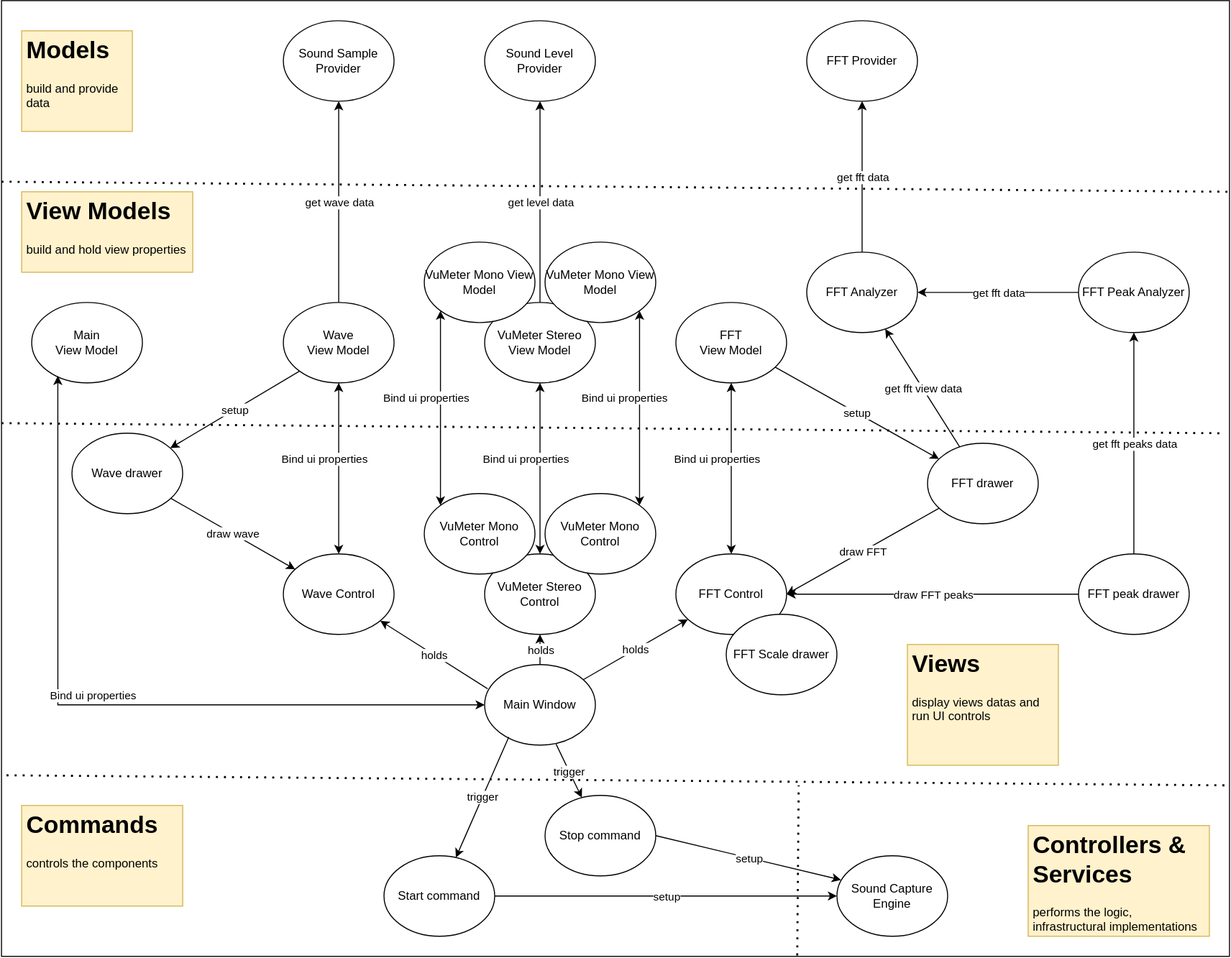
This is Doc/components1.drawio.svg from franck-gaspoz/WindowsAudioSessionSample, a draw.io export, as it was before one commit. Source tidied: cells renumbered, new cells last; positions are measured from the earlier drawing's top-left corner, leaving out a move shared by most shapes.
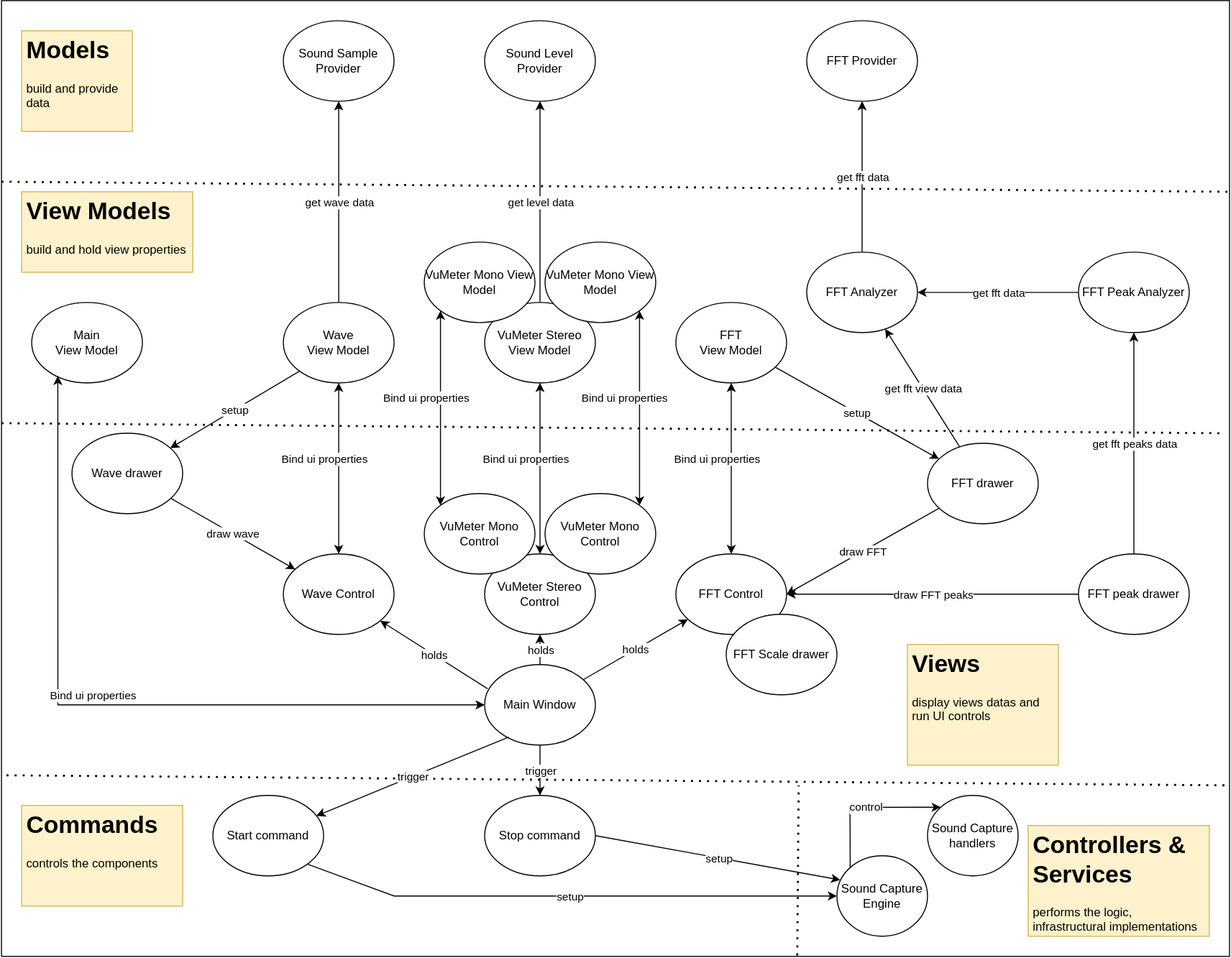
After the commit.

Diff of the diagram source:
```diff
@@ -238,16 +238,20 @@
       <mxGeometry x="20" y="800" width="160" height="100" as="geometry" />
     </mxCell>
     <mxCell id="71" value="Start command" style="ellipse;whiteSpace=wrap;html=1;" parent="1" vertex="1">
-      <mxGeometry x="380" y="850" width="110" height="80" as="geometry" />
+      <mxGeometry x="210" y="790" width="110" height="80" as="geometry" />
     </mxCell>
     <mxCell id="72" value="Sound Capture Engine" style="ellipse;whiteSpace=wrap;html=1;" parent="1" vertex="1">
-      <mxGeometry x="830" y="850" width="110" height="80" as="geometry" />
+      <mxGeometry x="830" y="850" width="90" height="80" as="geometry" />
     </mxCell>
     <mxCell id="73" value="Stop command" style="ellipse;whiteSpace=wrap;html=1;" parent="1" vertex="1">
-      <mxGeometry x="540" y="790" width="110" height="80" as="geometry" />
+      <mxGeometry x="480" y="790" width="110" height="80" as="geometry" />
     </mxCell>
-    <mxCell id="74" style="endArrow=classic;html=1;rounded=0;exitX=1;exitY=0.5;exitDx=0;exitDy=0;" parent="1" edge="1" source="71" target="72">
-      <mxGeometry relative="1" as="geometry" />
+    <mxCell id="74" style="endArrow=classic;html=1;rounded=0;exitX=1;exitY=1;exitDx=0;exitDy=0;" parent="1" edge="1" source="71" target="72">
+      <mxGeometry relative="1" as="geometry">
+        <Array as="points">
+          <mxPoint x="390" y="890" />
+        </Array>
+      </mxGeometry>
     </mxCell>
     <mxCell id="75" value="setup" style="edgeLabel;html=1;align=center;verticalAlign=middle;" parent="74" vertex="1">
       <mxGeometry relative="1" as="geometry" />
@@ -264,7 +268,7 @@
     <mxCell id="79" value="trigger" style="edgeLabel;html=1;align=center;verticalAlign=middle;" parent="78" vertex="1">
       <mxGeometry relative="1" as="geometry" />
     </mxCell>
-    <mxCell id="80" style="endArrow=classic;html=1;rounded=0;exitX=0.645;exitY=0.988;exitDx=0;exitDy=0;exitPerimeter=0;" parent="1" edge="1" source="58" target="73">
+    <mxCell id="80" style="endArrow=classic;html=1;rounded=0;exitX=0.5;exitY=1;exitDx=0;exitDy=0;" parent="1" edge="1" source="58" target="73">
       <mxGeometry relative="1" as="geometry" />
     </mxCell>
     <mxCell id="81" value="trigger" style="edgeLabel;html=1;align=center;verticalAlign=middle;" parent="80" vertex="1">
@@ -278,5 +282,18 @@
     <mxCell id="83" value="&lt;h1&gt;Controllers &amp;amp; Services&lt;/h1&gt;&lt;p&gt;performs the logic, infrastructural implementations&lt;/p&gt;" style="text;html=1;strokeColor=#d6b656;fillColor=#fff2cc;spacing=5;spacingTop=-20;whiteSpace=wrap;overflow=hidden;rounded=0;" parent="1" vertex="1">
       <mxGeometry x="1020" y="820" width="180" height="110" as="geometry" />
     </mxCell>
+    <mxCell id="84" value="Sound Capture handlers" style="ellipse;whiteSpace=wrap;html=1;" parent="1" vertex="1">
+      <mxGeometry x="920" y="790" width="90" height="80" as="geometry" />
+    </mxCell>
+    <mxCell id="85" style="endArrow=classic;html=1;rounded=0;exitX=0;exitY=0;exitDx=0;exitDy=0;entryX=0;entryY=0;entryDx=0;entryDy=0;" parent="1" edge="1" source="72" target="84">
+      <mxGeometry relative="1" as="geometry">
+        <Array as="points">
+          <mxPoint x="843" y="802" />
+        </Array>
+      </mxGeometry>
+    </mxCell>
+    <mxCell id="86" value="control" style="edgeLabel;html=1;align=center;verticalAlign=middle;" parent="85" vertex="1">
+      <mxGeometry relative="1" as="geometry" />
+    </mxCell>
   </root>
 </mxGraphModel>
```
